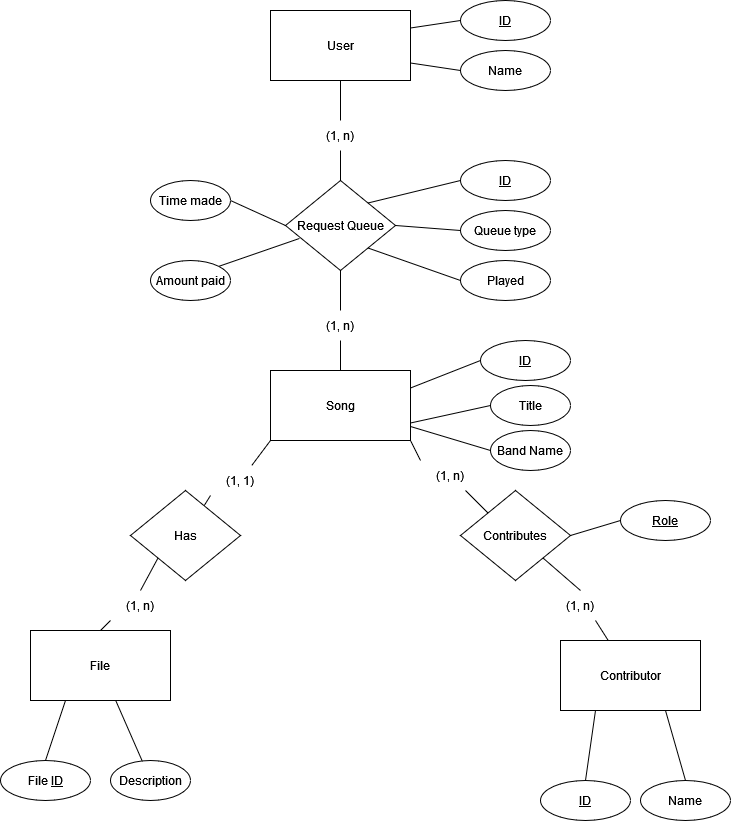
This is Diagram/GroupProjectER.drawio.png from Nmerryman/466Assignment, a draw.io export, as it was before one commit. Source tidied: cells renumbered, new cells last; positions are measured from the earlier drawing's top-left corner, leaving out a move shared by most shapes.
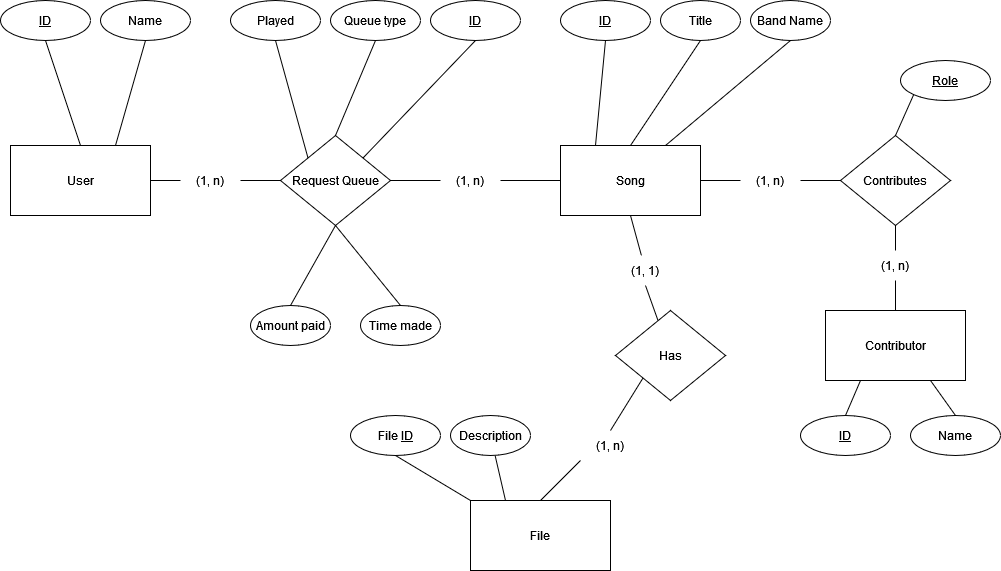
Above is the later version.

Commit message:
Made the diagram look a bit better

Change to the diagram source:
```diff
@@ -3,169 +3,169 @@
     <mxCell id="0" />
     <mxCell id="1" parent="0" />
     <mxCell id="2" value="User" style="rounded=0;whiteSpace=wrap;html=1;" parent="1" vertex="1">
-      <mxGeometry x="270" y="10" width="140" height="70" as="geometry" />
+      <mxGeometry x="-20" y="155" width="140" height="70" as="geometry" />
     </mxCell>
-    <mxCell id="3" style="rounded=0;jettySize=auto;html=1;exitX=1;exitY=0.75;exitDx=0;exitDy=0;entryX=0;entryY=0.5;entryDx=0;entryDy=0;endArrow=none;endFill=0;" parent="1" edge="1" source="4" target="48">
+    <mxCell id="3" style="rounded=0;jettySize=auto;html=1;exitX=0.5;exitY=0;exitDx=0;exitDy=0;entryX=0.5;entryY=1;entryDx=0;entryDy=0;endArrow=none;endFill=0;" parent="1" edge="1" source="4" target="48">
       <mxGeometry relative="1" as="geometry" />
     </mxCell>
     <mxCell id="4" value="Song" style="rounded=0;whiteSpace=wrap;html=1;" parent="1" vertex="1">
-      <mxGeometry x="270" y="370" width="140" height="70" as="geometry" />
+      <mxGeometry x="530" y="155" width="140" height="70" as="geometry" />
     </mxCell>
     <mxCell id="5" value="Request Queue" style="rhombus;whiteSpace=wrap;html=1;" parent="1" vertex="1">
-      <mxGeometry x="285" y="180" width="110" height="90" as="geometry" />
+      <mxGeometry x="250" y="145" width="110" height="90" as="geometry" />
     </mxCell>
-    <mxCell id="6" style="endArrow=none;html=1;rounded=0;exitX=0.5;exitY=0;exitDx=0;exitDy=0;entryX=0.5;entryY=1;entryDx=0;entryDy=0;" parent="1" edge="1" source="37" target="2">
+    <mxCell id="6" style="endArrow=none;html=1;rounded=0;exitX=0;exitY=0.5;exitDx=0;exitDy=0;entryX=1;entryY=0.5;entryDx=0;entryDy=0;" parent="1" edge="1" source="37" target="2">
       <mxGeometry relative="1" as="geometry" />
     </mxCell>
-    <mxCell id="7" style="endArrow=none;html=1;rounded=0;exitX=0.5;exitY=1;exitDx=0;exitDy=0;entryX=0.5;entryY=0;entryDx=0;entryDy=0;" parent="1" edge="1" source="39" target="4">
+    <mxCell id="7" style="endArrow=none;html=1;rounded=0;exitX=1;exitY=0.5;exitDx=0;exitDy=0;entryX=0;entryY=0.5;entryDx=0;entryDy=0;" parent="1" edge="1" source="39" target="4">
       <mxGeometry relative="1" as="geometry" />
     </mxCell>
     <mxCell id="8" value="&lt;u&gt;ID&lt;/u&gt;" style="ellipse;whiteSpace=wrap;html=1;" parent="1" vertex="1">
-      <mxGeometry x="460" width="90" height="40" as="geometry" />
+      <mxGeometry x="-30" y="10" width="90" height="40" as="geometry" />
     </mxCell>
     <mxCell id="9" value="Name" style="ellipse;whiteSpace=wrap;html=1;" parent="1" vertex="1">
-      <mxGeometry x="460" y="50" width="90" height="40" as="geometry" />
+      <mxGeometry x="70" y="10" width="90" height="40" as="geometry" />
     </mxCell>
-    <mxCell id="10" style="endArrow=none;html=1;rounded=0;exitX=1;exitY=0.25;exitDx=0;exitDy=0;entryX=0;entryY=0.5;entryDx=0;entryDy=0;" parent="1" edge="1" source="2" target="8">
+    <mxCell id="10" style="endArrow=none;html=1;rounded=0;exitX=0.5;exitY=0;exitDx=0;exitDy=0;entryX=0.5;entryY=1;entryDx=0;entryDy=0;" parent="1" edge="1" source="2" target="8">
       <mxGeometry relative="1" as="geometry" />
     </mxCell>
-    <mxCell id="11" style="endArrow=none;html=1;rounded=0;exitX=1;exitY=0.75;exitDx=0;exitDy=0;entryX=0;entryY=0.5;entryDx=0;entryDy=0;" parent="1" edge="1" source="2" target="9">
+    <mxCell id="11" style="endArrow=none;html=1;rounded=0;exitX=0.75;exitY=0;exitDx=0;exitDy=0;entryX=0.5;entryY=1;entryDx=0;entryDy=0;" parent="1" edge="1" source="2" target="9">
       <mxGeometry relative="1" as="geometry" />
     </mxCell>
     <mxCell id="12" value="&lt;u&gt;ID&lt;/u&gt;" style="ellipse;whiteSpace=wrap;html=1;" parent="1" vertex="1">
-      <mxGeometry x="480" y="340" width="90" height="40" as="geometry" />
+      <mxGeometry x="530" y="10" width="90" height="40" as="geometry" />
     </mxCell>
-    <mxCell id="13" style="endArrow=none;html=1;rounded=0;exitX=1;exitY=0.25;exitDx=0;exitDy=0;entryX=0;entryY=0.5;entryDx=0;entryDy=0;" parent="1" edge="1" source="4" target="12">
+    <mxCell id="13" style="endArrow=none;html=1;rounded=0;exitX=0.25;exitY=0;exitDx=0;exitDy=0;entryX=0.5;entryY=1;entryDx=0;entryDy=0;" parent="1" edge="1" source="4" target="12">
       <mxGeometry relative="1" as="geometry" />
     </mxCell>
     <mxCell id="14" value="&lt;u&gt;ID&lt;/u&gt;" style="ellipse;whiteSpace=wrap;html=1;" parent="1" vertex="1">
-      <mxGeometry x="460" y="160" width="90" height="40" as="geometry" />
+      <mxGeometry x="400" y="10" width="90" height="40" as="geometry" />
     </mxCell>
     <mxCell id="15" value="Queue type" style="ellipse;whiteSpace=wrap;html=1;" parent="1" vertex="1">
-      <mxGeometry x="460" y="210" width="90" height="40" as="geometry" />
+      <mxGeometry x="300" y="10" width="90" height="40" as="geometry" />
     </mxCell>
     <mxCell id="16" value="Played" style="ellipse;whiteSpace=wrap;html=1;" parent="1" vertex="1">
-      <mxGeometry x="460" y="260" width="90" height="40" as="geometry" />
+      <mxGeometry x="200" y="10" width="90" height="40" as="geometry" />
     </mxCell>
-    <mxCell id="17" style="endArrow=none;html=1;rounded=0;exitX=1;exitY=0;exitDx=0;exitDy=0;entryX=0;entryY=0.5;entryDx=0;entryDy=0;" parent="1" edge="1" source="5" target="14">
+    <mxCell id="17" style="endArrow=none;html=1;rounded=0;exitX=1;exitY=0;exitDx=0;exitDy=0;entryX=0.5;entryY=1;entryDx=0;entryDy=0;" parent="1" edge="1" source="5" target="14">
       <mxGeometry relative="1" as="geometry" />
     </mxCell>
-    <mxCell id="18" style="endArrow=none;html=1;rounded=0;exitX=1;exitY=0.5;exitDx=0;exitDy=0;entryX=0;entryY=0.5;entryDx=0;entryDy=0;" parent="1" edge="1" source="5" target="15">
+    <mxCell id="18" style="endArrow=none;html=1;rounded=0;entryX=0.5;entryY=1;entryDx=0;entryDy=0;exitX=0.5;exitY=0;exitDx=0;exitDy=0;" parent="1" edge="1" source="5" target="15">
       <mxGeometry relative="1" as="geometry" />
     </mxCell>
-    <mxCell id="19" style="endArrow=none;html=1;rounded=0;exitX=1;exitY=1;exitDx=0;exitDy=0;entryX=0;entryY=0.5;entryDx=0;entryDy=0;" parent="1" edge="1" source="5" target="16">
+    <mxCell id="19" style="endArrow=none;html=1;rounded=0;entryX=0.5;entryY=1;entryDx=0;entryDy=0;exitX=0;exitY=0;exitDx=0;exitDy=0;" parent="1" edge="1" source="5" target="16">
       <mxGeometry relative="1" as="geometry" />
     </mxCell>
     <mxCell id="20" value="File" style="rounded=0;whiteSpace=wrap;html=1;" parent="1" vertex="1">
-      <mxGeometry x="30" y="630" width="140" height="70" as="geometry" />
+      <mxGeometry x="440" y="510" width="140" height="70" as="geometry" />
     </mxCell>
     <mxCell id="21" value="Contributor" style="rounded=0;whiteSpace=wrap;html=1;" parent="1" vertex="1">
-      <mxGeometry x="560" y="640" width="140" height="70" as="geometry" />
+      <mxGeometry x="795" y="320" width="140" height="70" as="geometry" />
     </mxCell>
     <mxCell id="22" value="Has" style="rhombus;whiteSpace=wrap;html=1;" parent="1" vertex="1">
-      <mxGeometry x="130" y="490" width="110" height="90" as="geometry" />
+      <mxGeometry x="585" y="320" width="110" height="90" as="geometry" />
     </mxCell>
-    <mxCell id="23" style="endArrow=none;html=1;rounded=0;exitX=0;exitY=1;exitDx=0;exitDy=0;" parent="1" edge="1" source="43" target="22">
+    <mxCell id="23" style="endArrow=none;html=1;rounded=0;exitX=0.5;exitY=1;exitDx=0;exitDy=0;" parent="1" edge="1" source="43" target="22">
       <mxGeometry relative="1" as="geometry" />
     </mxCell>
     <mxCell id="24" style="endArrow=none;html=1;rounded=0;entryX=0.5;entryY=0;entryDx=0;entryDy=0;exitX=0;exitY=1;exitDx=0;exitDy=0;" parent="1" edge="1" source="45" target="20">
       <mxGeometry relative="1" as="geometry" />
     </mxCell>
     <mxCell id="25" value="Contributes" style="rhombus;whiteSpace=wrap;html=1;" parent="1" vertex="1">
-      <mxGeometry x="460" y="490" width="110" height="90" as="geometry" />
+      <mxGeometry x="810" y="145" width="110" height="90" as="geometry" />
     </mxCell>
-    <mxCell id="26" style="endArrow=none;html=1;rounded=0;entryX=0;entryY=0;entryDx=0;entryDy=0;exitX=0.75;exitY=1;exitDx=0;exitDy=0;" parent="1" edge="1" source="41" target="25">
+    <mxCell id="26" style="endArrow=none;html=1;rounded=0;entryX=0;entryY=0.5;entryDx=0;entryDy=0;exitX=1;exitY=0.5;exitDx=0;exitDy=0;" parent="1" edge="1" source="41" target="25">
       <mxGeometry relative="1" as="geometry" />
     </mxCell>
-    <mxCell id="27" style="endArrow=none;html=1;rounded=0;entryX=1;entryY=1;entryDx=0;entryDy=0;exitX=0.5;exitY=0;exitDx=0;exitDy=0;" parent="1" edge="1" source="47" target="25">
+    <mxCell id="27" style="endArrow=none;html=1;rounded=0;entryX=0.5;entryY=1;entryDx=0;entryDy=0;exitX=0.5;exitY=0;exitDx=0;exitDy=0;" parent="1" edge="1" source="47" target="25">
       <mxGeometry relative="1" as="geometry" />
     </mxCell>
     <mxCell id="28" value="File &lt;u&gt;ID&lt;/u&gt;" style="ellipse;whiteSpace=wrap;html=1;" parent="1" vertex="1">
-      <mxGeometry y="760" width="90" height="40" as="geometry" />
+      <mxGeometry x="320" y="425" width="90" height="40" as="geometry" />
     </mxCell>
     <mxCell id="29" value="&lt;u&gt;ID&lt;/u&gt;" style="ellipse;whiteSpace=wrap;html=1;" parent="1" vertex="1">
-      <mxGeometry x="540" y="780" width="90" height="40" as="geometry" />
+      <mxGeometry x="770" y="425" width="90" height="40" as="geometry" />
     </mxCell>
-    <mxCell id="30" style="endArrow=none;html=1;rounded=0;entryX=0.25;entryY=1;entryDx=0;entryDy=0;exitX=0.5;exitY=0;exitDx=0;exitDy=0;" parent="1" edge="1" source="28" target="20">
+    <mxCell id="30" style="endArrow=none;html=1;rounded=0;entryX=0;entryY=0;entryDx=0;entryDy=0;exitX=0.5;exitY=1;exitDx=0;exitDy=0;" parent="1" edge="1" source="28" target="20">
       <mxGeometry relative="1" as="geometry" />
     </mxCell>
     <mxCell id="31" style="endArrow=none;html=1;rounded=0;entryX=0.25;entryY=1;entryDx=0;entryDy=0;exitX=0.5;exitY=0;exitDx=0;exitDy=0;" parent="1" edge="1" source="29" target="21">
       <mxGeometry relative="1" as="geometry" />
     </mxCell>
     <mxCell id="32" value="Name" style="ellipse;whiteSpace=wrap;html=1;" parent="1" vertex="1">
-      <mxGeometry x="640" y="780" width="90" height="40" as="geometry" />
+      <mxGeometry x="880" y="425" width="90" height="40" as="geometry" />
     </mxCell>
     <mxCell id="33" style="endArrow=none;html=1;rounded=0;entryX=0.75;entryY=1;entryDx=0;entryDy=0;exitX=0.5;exitY=0;exitDx=0;exitDy=0;" parent="1" edge="1" source="32" target="21">
       <mxGeometry relative="1" as="geometry" />
     </mxCell>
     <mxCell id="34" value="&lt;u&gt;Role&lt;/u&gt;" style="ellipse;whiteSpace=wrap;html=1;" parent="1" vertex="1">
-      <mxGeometry x="620" y="500" width="90" height="40" as="geometry" />
+      <mxGeometry x="870" y="70" width="90" height="40" as="geometry" />
     </mxCell>
-    <mxCell id="35" style="endArrow=none;html=1;rounded=0;entryX=0;entryY=0.5;entryDx=0;entryDy=0;exitX=1;exitY=0.5;exitDx=0;exitDy=0;" parent="1" edge="1" source="25" target="34">
+    <mxCell id="35" style="endArrow=none;html=1;rounded=0;entryX=0;entryY=1;entryDx=0;entryDy=0;exitX=0.5;exitY=0;exitDx=0;exitDy=0;" parent="1" edge="1" source="25" target="34">
       <mxGeometry relative="1" as="geometry" />
     </mxCell>
-    <mxCell id="36" style="endArrow=none;html=1;rounded=0;exitX=0.5;exitY=0;exitDx=0;exitDy=0;entryX=0.5;entryY=1;entryDx=0;entryDy=0;" parent="1" edge="1" source="5" target="37">
+    <mxCell id="36" style="endArrow=none;html=1;rounded=0;exitX=0;exitY=0.5;exitDx=0;exitDy=0;entryX=1;entryY=0.5;entryDx=0;entryDy=0;" parent="1" edge="1" source="5" target="37">
       <mxGeometry relative="1" as="geometry" />
     </mxCell>
     <mxCell id="37" value="(1, n)" style="text;html=1;strokeColor=none;fillColor=none;align=center;verticalAlign=middle;whiteSpace=wrap;rounded=0;" parent="1" vertex="1">
-      <mxGeometry x="310" y="120" width="60" height="30" as="geometry" />
+      <mxGeometry x="150" y="175" width="60" height="30" as="geometry" />
     </mxCell>
-    <mxCell id="38" style="endArrow=none;html=1;rounded=0;exitX=0.5;exitY=1;exitDx=0;exitDy=0;entryX=0.5;entryY=0;entryDx=0;entryDy=0;" parent="1" edge="1" source="5" target="39">
+    <mxCell id="38" style="endArrow=none;html=1;rounded=0;exitX=1;exitY=0.5;exitDx=0;exitDy=0;entryX=0;entryY=0.5;entryDx=0;entryDy=0;" parent="1" edge="1" source="5" target="39">
       <mxGeometry relative="1" as="geometry" />
     </mxCell>
     <mxCell id="39" value="(1, n)" style="text;html=1;strokeColor=none;fillColor=none;align=center;verticalAlign=middle;whiteSpace=wrap;rounded=0;" parent="1" vertex="1">
-      <mxGeometry x="310" y="310" width="60" height="30" as="geometry" />
+      <mxGeometry x="410" y="175" width="60" height="30" as="geometry" />
     </mxCell>
-    <mxCell id="40" style="endArrow=none;html=1;rounded=0;entryX=0;entryY=0;entryDx=0;entryDy=0;exitX=1;exitY=1;exitDx=0;exitDy=0;" parent="1" edge="1" source="4" target="41">
+    <mxCell id="40" style="endArrow=none;html=1;rounded=0;entryX=0;entryY=0.5;entryDx=0;entryDy=0;exitX=1;exitY=0.5;exitDx=0;exitDy=0;" parent="1" edge="1" source="4" target="41">
       <mxGeometry relative="1" as="geometry" />
     </mxCell>
     <mxCell id="41" value="(1, n)" style="text;html=1;strokeColor=none;fillColor=none;align=center;verticalAlign=middle;whiteSpace=wrap;rounded=0;" parent="1" vertex="1">
-      <mxGeometry x="420" y="460" width="60" height="30" as="geometry" />
+      <mxGeometry x="710" y="175" width="60" height="30" as="geometry" />
     </mxCell>
-    <mxCell id="42" style="endArrow=none;html=1;rounded=0;exitX=0;exitY=1;exitDx=0;exitDy=0;" parent="1" edge="1" source="4" target="43">
+    <mxCell id="42" style="endArrow=none;html=1;rounded=0;exitX=0.5;exitY=1;exitDx=0;exitDy=0;" parent="1" edge="1" source="4" target="43">
       <mxGeometry relative="1" as="geometry" />
     </mxCell>
     <mxCell id="43" value="(1, 1)" style="text;html=1;strokeColor=none;fillColor=none;align=center;verticalAlign=middle;whiteSpace=wrap;rounded=0;" parent="1" vertex="1">
-      <mxGeometry x="210" y="465" width="60" height="30" as="geometry" />
+      <mxGeometry x="585" y="265" width="60" height="30" as="geometry" />
     </mxCell>
     <mxCell id="44" style="endArrow=none;html=1;rounded=0;entryX=0.5;entryY=0;entryDx=0;entryDy=0;exitX=0;exitY=1;exitDx=0;exitDy=0;" parent="1" edge="1" source="22" target="45">
       <mxGeometry relative="1" as="geometry" />
     </mxCell>
     <mxCell id="45" value="(1, n)" style="text;html=1;strokeColor=none;fillColor=none;align=center;verticalAlign=middle;whiteSpace=wrap;rounded=0;" parent="1" vertex="1">
-      <mxGeometry x="110" y="590" width="60" height="30" as="geometry" />
+      <mxGeometry x="550" y="440" width="60" height="30" as="geometry" />
     </mxCell>
-    <mxCell id="46" style="rounded=0;jettySize=auto;html=1;exitX=0.75;exitY=1;exitDx=0;exitDy=0;endArrow=none;endFill=0;" parent="1" edge="1" source="47" target="21">
+    <mxCell id="46" style="rounded=0;jettySize=auto;html=1;exitX=0.5;exitY=1;exitDx=0;exitDy=0;endArrow=none;endFill=0;" parent="1" edge="1" source="47" target="21">
       <mxGeometry relative="1" as="geometry" />
     </mxCell>
     <mxCell id="47" value="(1, n)" style="text;html=1;strokeColor=none;fillColor=none;align=center;verticalAlign=middle;whiteSpace=wrap;rounded=0;" parent="1" vertex="1">
-      <mxGeometry x="550" y="590" width="60" height="30" as="geometry" />
+      <mxGeometry x="835" y="260" width="60" height="30" as="geometry" />
     </mxCell>
     <mxCell id="48" value="Title" style="ellipse;whiteSpace=wrap;html=1;" parent="1" vertex="1">
-      <mxGeometry x="490" y="385" width="80" height="40" as="geometry" />
+      <mxGeometry x="630" y="10" width="80" height="40" as="geometry" />
     </mxCell>
-    <mxCell id="49" style="rounded=0;jettySize=auto;html=1;exitX=0;exitY=0.5;exitDx=0;exitDy=0;endArrow=none;endFill=0;" parent="1" edge="1" source="50" target="4">
+    <mxCell id="49" style="rounded=0;jettySize=auto;html=1;exitX=0.5;exitY=1;exitDx=0;exitDy=0;endArrow=none;endFill=0;entryX=0.75;entryY=0;entryDx=0;entryDy=0;" parent="1" edge="1" source="50" target="4">
       <mxGeometry relative="1" as="geometry" />
     </mxCell>
     <mxCell id="50" value="Band Name" style="ellipse;whiteSpace=wrap;html=1;" parent="1" vertex="1">
-      <mxGeometry x="490" y="430" width="80" height="40" as="geometry" />
+      <mxGeometry x="720" y="10" width="80" height="40" as="geometry" />
     </mxCell>
-    <mxCell id="51" style="rounded=0;jettySize=auto;html=1;endArrow=none;endFill=0;" parent="1" edge="1" source="52" target="20">
+    <mxCell id="51" style="rounded=0;jettySize=auto;html=1;endArrow=none;endFill=0;entryX=0.25;entryY=0;entryDx=0;entryDy=0;" parent="1" edge="1" source="52" target="20">
       <mxGeometry relative="1" as="geometry" />
     </mxCell>
     <mxCell id="52" value="Description" style="ellipse;whiteSpace=wrap;html=1;" parent="1" vertex="1">
-      <mxGeometry x="110" y="760" width="80" height="40" as="geometry" />
+      <mxGeometry x="420" y="425" width="80" height="40" as="geometry" />
     </mxCell>
-    <mxCell id="53" style="rounded=0;jettySize=auto;html=1;exitX=1;exitY=0.5;exitDx=0;exitDy=0;entryX=0;entryY=0.5;entryDx=0;entryDy=0;endArrow=none;endFill=0;" parent="1" edge="1" source="54" target="5">
+    <mxCell id="53" style="rounded=0;jettySize=auto;html=1;exitX=0.5;exitY=0;exitDx=0;exitDy=0;entryX=0.5;entryY=1;entryDx=0;entryDy=0;endArrow=none;endFill=0;" parent="1" edge="1" source="54" target="5">
       <mxGeometry relative="1" as="geometry" />
     </mxCell>
     <mxCell id="54" value="Time made" style="ellipse;whiteSpace=wrap;html=1;" parent="1" vertex="1">
-      <mxGeometry x="150" y="180" width="80" height="40" as="geometry" />
+      <mxGeometry x="330" y="315" width="80" height="40" as="geometry" />
     </mxCell>
-    <mxCell id="55" style="edgeStyle=none;rounded=0;jettySize=auto;html=1;exitX=1;exitY=0;exitDx=0;exitDy=0;entryX=0.127;entryY=0.644;entryDx=0;entryDy=0;endArrow=none;endFill=0;entryPerimeter=0;" parent="1" edge="1" source="56" target="5">
+    <mxCell id="55" style="edgeStyle=none;rounded=0;jettySize=auto;html=1;exitX=0.5;exitY=0;exitDx=0;exitDy=0;entryX=0.5;entryY=1;entryDx=0;entryDy=0;endArrow=none;endFill=0;" parent="1" edge="1" source="56" target="5">
       <mxGeometry relative="1" as="geometry" />
     </mxCell>
     <mxCell id="56" value="Amount paid" style="ellipse;whiteSpace=wrap;html=1;" parent="1" vertex="1">
-      <mxGeometry x="150" y="260" width="80" height="40" as="geometry" />
+      <mxGeometry x="220" y="315" width="80" height="40" as="geometry" />
     </mxCell>
   </root>
 </mxGraphModel>
```
